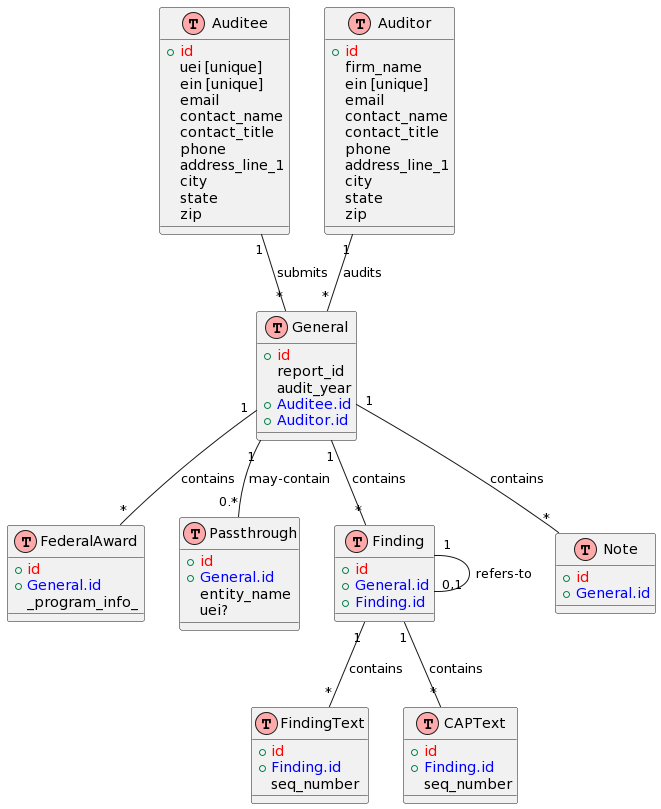
This is docs/architecture/diagrams/data-model/Data Model.png from GSA-TTS/FAC, a PlantUML export, as it was before one commit.
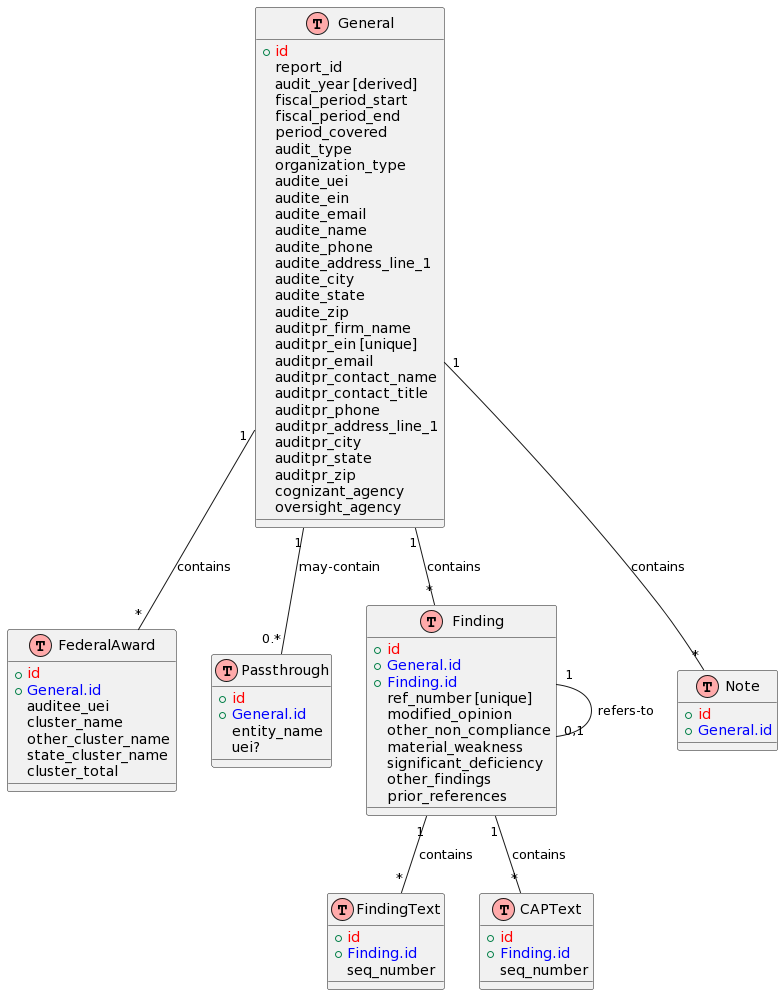
After the change.

Commit message:
Remove Auditee and Auditor tables

What changed in the source:
```diff
@@ -8,47 +8,46 @@
 TABLE(General, "General") {
   + PRIMARY_KEY(id)
   report_id
-  audit_year
-  + FOREIGN_KEY(Auditee.id)
-  + FOREIGN_KEY(Auditor.id)
+  audit_year [derived]
+  fiscal_period_start
+  fiscal_period_end
+  period_covered
+  audit_type
+  organization_type
+  audite_uei
+  audite_ein
+  audite_email
+  audite_name
+  audite_phone
+  audite_address_line_1
+  audite_city
+  audite_state
+  audite_zip
+  auditpr_firm_name
+  auditpr_ein [unique]
+  auditpr_email
+  auditpr_contact_name
+  auditpr_contact_title
+  auditpr_phone
+  auditpr_address_line_1
+  auditpr_city
+  auditpr_state
+  auditpr_zip
+  cognizant_agency
+  oversight_agency
 
 }
 
-TABLE(Auditee, "Auditee") {
-  + PRIMARY_KEY(id)
-  uei [unique]
-  ein [unique]
-  email
-  contact_name
-  contact_title
-  phone
-  address_line_1
-  city
-  state
-  zip
-}
 
-TABLE(Auditor, "Auditor") {
-  + PRIMARY_KEY(id)
-  firm_name
-  ein [unique]
-  email
-  contact_name
-  contact_title
-  phone
-  address_line_1
-  city
-  state
-  zip
-
-
-
-}
 
 TABLE(Award, "FederalAward") {
   + PRIMARY_KEY(id)
   + FOREIGN_KEY(General.id)
-  _program_info_
+  auditee_uei
+  cluster_name
+  other_cluster_name
+  state_cluster_name
+  cluster_total
 }
 
 TABLE(Passthrough, "Passthrough") {
@@ -63,6 +62,13 @@
   + PRIMARY_KEY(id)
   + FOREIGN_KEY(General.id)
   + FOREIGN_KEY(Finding.id)
+  ref_number [unique]
+  modified_opinion
+  other_non_compliance
+  material_weakness
+  significant_deficiency
+  other_findings
+  prior_references
 }
 TABLE(Note, "Note") {
   + PRIMARY_KEY(id)
@@ -90,6 +96,4 @@
 Finding "1" -- "*" CAPText : contains
 Finding "1" -- "0,1" Finding : refers-to
 General "1" -- "*" Note : contains
-Auditee "1" -- "*" General : submits
-Auditor "1" -- "*" General : audits
 @enduml
```
